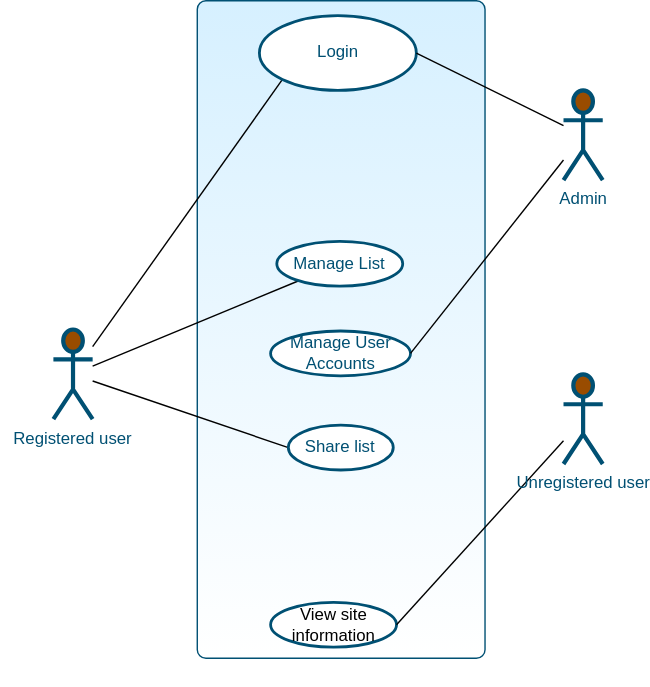
Leona-a/the-little-helper keeps this draw.io diagram as user-model.drawio.svg. Above is the earlier version. Source tidied: cells renumbered, new cells last; positions are measured from the earlier drawing's top-left corner, leaving out a move shared by most shapes.
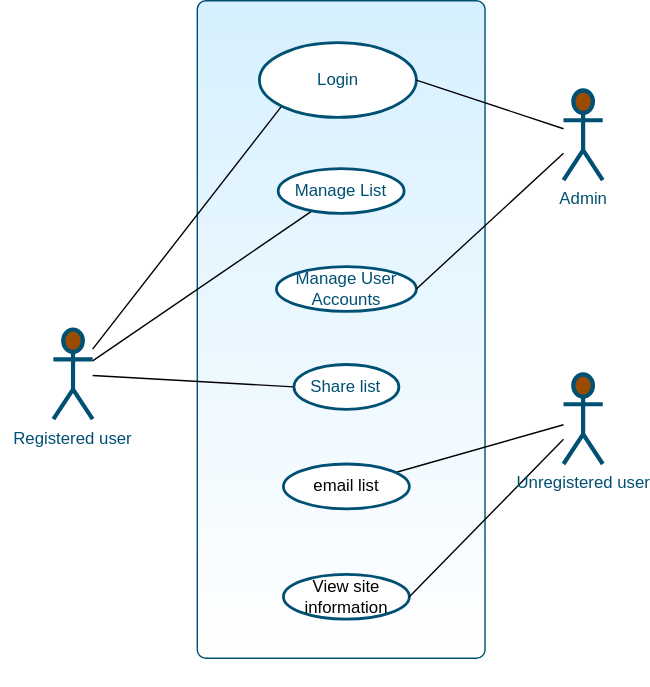
After the change.

What changed in the source:
```diff
@@ -9,7 +9,7 @@
       <mxGeometry x="140.2" width="205.7" height="470" as="geometry" />
     </mxCell>
     <mxCell id="4" value="&lt;font color=&quot;#000000&quot;&gt;View site information&lt;/font&gt;" style="ellipse;whiteSpace=wrap;html=1;fillColor=#ffffff;strokeColor=#005073;strokeWidth=2;" parent="2" vertex="1">
-      <mxGeometry x="192.6" y="430" width="90" height="32" as="geometry" />
+      <mxGeometry x="201.8" y="410" width="90" height="32" as="geometry" />
     </mxCell>
     <mxCell id="5" style="edgeStyle=none;html=1;entryX=0;entryY=1;entryDx=0;entryDy=0;endArrow=none;endFill=0;strokeColor=#000000;" parent="2" edge="1" source="8" target="9">
       <mxGeometry relative="1" as="geometry" />
@@ -24,19 +24,19 @@
       <mxGeometry x="37.4" y="235" width="28" height="64.1" as="geometry" />
     </mxCell>
     <mxCell id="9" value="&lt;span style=&quot;color: rgb(0 , 80 , 115)&quot;&gt;Login&lt;/span&gt;" style="ellipse;whiteSpace=wrap;html=1;fillColor=#ffffff;strokeColor=#005073;strokeWidth=2;" parent="2" vertex="1">
-      <mxGeometry x="184.6" y="10.7" width="112.2" height="53.4" as="geometry" />
+      <mxGeometry x="184.6" y="30" width="112.2" height="53.4" as="geometry" />
     </mxCell>
     <mxCell id="10" style="group;fontColor=#005073;" parent="2" vertex="1">
       <mxGeometry x="392.6" y="64.1" width="30.8" height="67.3" as="geometry" />
     </mxCell>
     <mxCell id="11" value="&lt;span style=&quot;color: rgb(0 , 80 , 115)&quot;&gt;Manage List&lt;/span&gt;" style="ellipse;whiteSpace=wrap;html=1;fillColor=#ffffff;strokeColor=#005073;strokeWidth=2;" parent="2" vertex="1">
-      <mxGeometry x="197" y="172" width="90" height="32" as="geometry" />
+      <mxGeometry x="198" y="120" width="90" height="32" as="geometry" />
     </mxCell>
     <mxCell id="12" value="&lt;font color=&quot;#005073&quot;&gt;Share list&lt;/font&gt;" style="ellipse;whiteSpace=wrap;html=1;fillColor=#ffffff;strokeColor=#005073;strokeWidth=2;" parent="2" vertex="1">
-      <mxGeometry x="205.3" y="303.4" width="75" height="32" as="geometry" />
+      <mxGeometry x="209.3" y="260" width="75" height="32" as="geometry" />
     </mxCell>
     <mxCell id="13" value="&lt;span style=&quot;color: rgb(0 , 80 , 115)&quot;&gt;Manage User Accounts&lt;/span&gt;" style="ellipse;whiteSpace=wrap;html=1;fillColor=#ffffff;strokeColor=#005073;strokeWidth=2;" parent="2" vertex="1">
-      <mxGeometry x="192.6" y="236.1" width="100" height="32" as="geometry" />
+      <mxGeometry x="196.8" y="190" width="100" height="32" as="geometry" />
     </mxCell>
     <mxCell id="14" style="edgeStyle=none;html=1;entryX=1;entryY=0.5;entryDx=0;entryDy=0;endArrow=none;endFill=0;strokeColor=#000000;" parent="2" edge="1" source="16" target="9">
       <mxGeometry relative="1" as="geometry" />
@@ -50,8 +50,14 @@
     <mxCell id="17" style="edgeStyle=none;html=1;entryX=1;entryY=0.5;entryDx=0;entryDy=0;fontColor=#000000;endArrow=none;endFill=0;strokeColor=#000000;" parent="2" edge="1" source="18" target="4">
       <mxGeometry relative="1" as="geometry" />
     </mxCell>
+    <mxCell id="19" style="edgeStyle=none;html=1;endArrow=none;endFill=0;strokeColor=#000000;" parent="2" edge="1" source="18" target="20">
+      <mxGeometry relative="1" as="geometry" />
+    </mxCell>
     <mxCell id="18" value="Unregistered user" style="shape=umlActor;verticalLabelPosition=bottom;verticalAlign=top;html=1;outlineConnect=0;strokeColor=#005073;fillColor=#994C00;strokeWidth=3;fontColor=#005073;" parent="2" vertex="1">
       <mxGeometry x="402" y="267" width="28" height="64.1" as="geometry" />
     </mxCell>
+    <mxCell id="20" value="&lt;font color=&quot;#000000&quot;&gt;email list&lt;/font&gt;" style="ellipse;whiteSpace=wrap;html=1;fillColor=#ffffff;strokeColor=#005073;strokeWidth=2;" parent="2" vertex="1">
+      <mxGeometry x="201.8" y="331.1" width="90" height="32" as="geometry" />
+    </mxCell>
   </root>
 </mxGraphModel>
```
